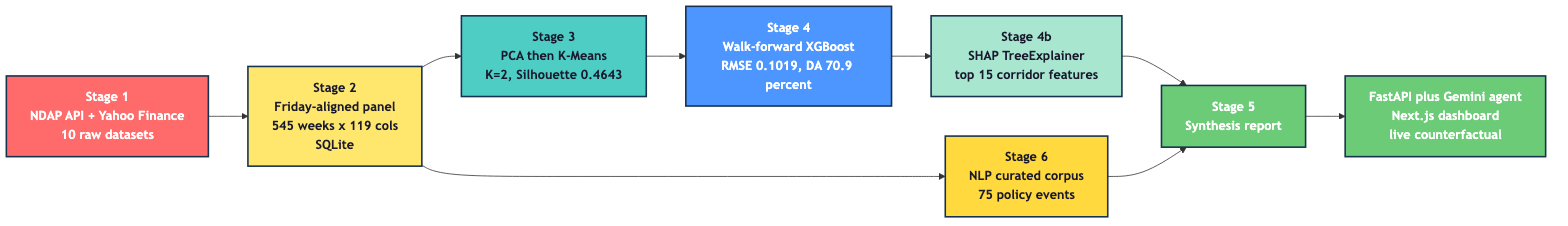
Earlier version of the Mermaid export final/diagram/pipeline_overview.png (AJ112103/DSM_project). Its source is kept beside it as final/files_mmd/pipeline_overview.mmd.
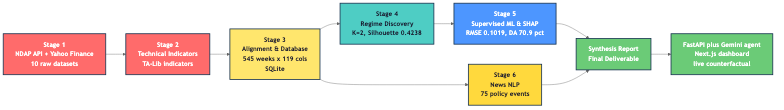
The same diagram one commit later.

Diff of the diagram source:
```diff
@@ -8,14 +8,14 @@
     classDef serve fill:#6BCB77,stroke:#16324F,stroke-width:2px,color:#FFFFFF,font-weight:bold
 
     A["Stage 1<br/>NDAP API + Yahoo Finance<br/>10 raw datasets"]:::ingest
-    B["Stage 2<br/>Friday-aligned panel<br/>545 weeks x 119 cols<br/>SQLite"]:::store
-    C["Stage 3<br/>PCA then K-Means<br/>K=2, Silhouette 0.4643"]:::unsup
-    D["Stage 4<br/>Walk-forward XGBoost<br/>RMSE 0.1019, DA 70.9 percent"]:::sup
-    E["Stage 4b<br/>SHAP TreeExplainer<br/>top 15 corridor features"]:::interp
-    F["Stage 6<br/>NLP curated corpus<br/>75 policy events"]:::nlp
-    G["Stage 5<br/>Synthesis report"]:::serve
+    B["Stage 2<br/>Technical Indicators<br/>TA-Lib indicators"]:::ingest
+    C["Stage 3<br/>Alignment & Database<br/>545 weeks x 119 cols<br/>SQLite"]:::store
+    D["Stage 4<br/>Regime Discovery<br/>K=2, Silhouette 0.4238"]:::unsup
+    E["Stage 5<br/>Supervised ML & SHAP<br/>RMSE 0.1019, DA 70.9 pct"]:::sup
+    F["Stage 6<br/>News NLP<br/>75 policy events"]:::nlp
+    G["Synthesis Report<br/>Final Deliverable"]:::serve
     H["FastAPI plus Gemini agent<br/>Next.js dashboard<br/>live counterfactual"]:::serve
 
     A --> B --> C --> D --> E --> G
-    B --> F --> G
+    C --> F --> G
     G --> H
```
